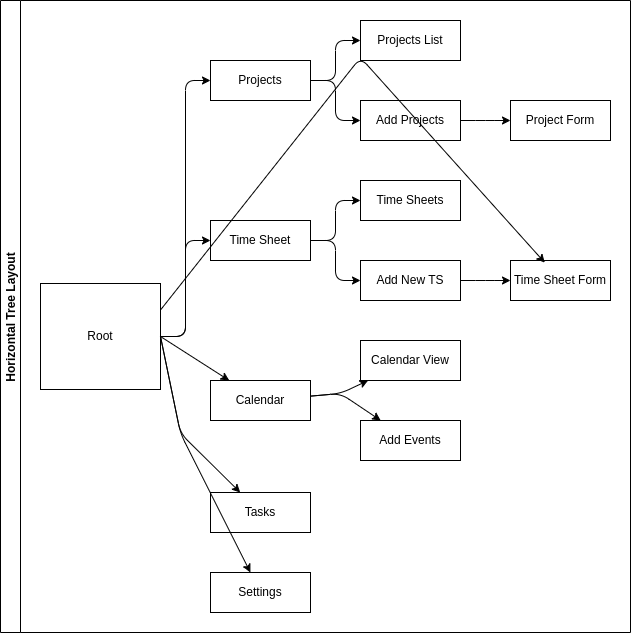
suraj-yadav0/timemanagement keeps this draw.io diagram as qml/time.drawio.png. Above is the earlier version. Source tidied: cells renumbered, new cells last; positions are measured from the earlier drawing's top-left corner, leaving out a move shared by most shapes.
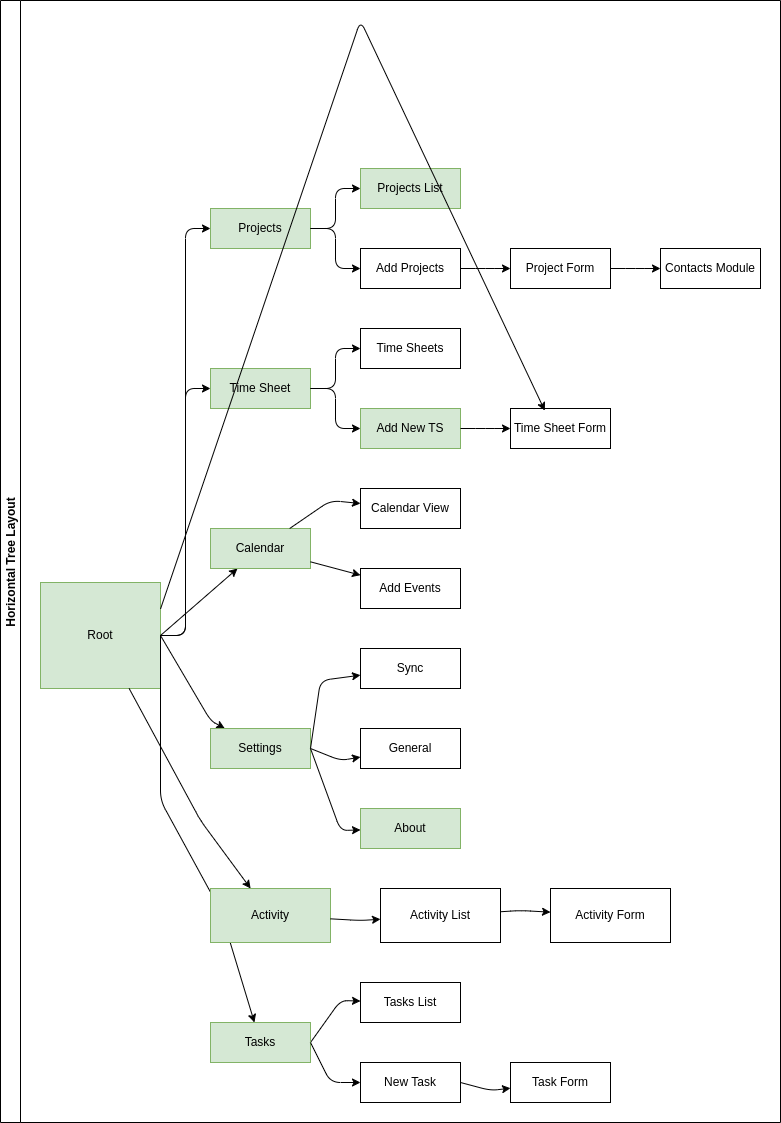
The same file after the commit.

Commit message:
Added Drawio Digagram for the Navigation Architecture

Diff of the diagram source:
```diff
@@ -2,20 +2,20 @@
   <root>
     <mxCell id="0" />
     <mxCell id="1" parent="0" />
-    <mxCell id="2" value="Horizontal Tree Layout" style="swimlane;startSize=20;horizontal=0;horizontalTree=1;sortEdges=1;containerType=tree;fontSize=12;" parent="1" vertex="1">
-      <mxGeometry width="630" height="632" as="geometry" />
+    <mxCell id="2" value="Horizontal Tree Layout" style="swimlane;startSize=20;horizontal=0;horizontalTree=1;sortEdges=1;containerType=tree;fontSize=12;gradientColor=none;swimlaneFillColor=none;" parent="1" vertex="1">
+      <mxGeometry width="780" height="1122" as="geometry" />
     </mxCell>
-    <mxCell id="3" value="Root" style="whiteSpace=wrap;html=1;" parent="2" vertex="1">
-      <mxGeometry x="40" y="283" width="120" height="106" as="geometry" />
+    <mxCell id="3" value="Root" style="whiteSpace=wrap;html=1;fillColor=#d5e8d4;strokeColor=#82b366;" parent="2" vertex="1">
+      <mxGeometry x="40" y="582" width="120" height="106" as="geometry" />
     </mxCell>
-    <mxCell id="4" value="Projects" style="whiteSpace=wrap;html=1;" parent="2" vertex="1">
-      <mxGeometry x="210" y="60" width="100" height="40" as="geometry" />
+    <mxCell id="4" value="Projects" style="whiteSpace=wrap;html=1;fillColor=#d5e8d4;strokeColor=#82b366;" parent="2" vertex="1">
+      <mxGeometry x="210" y="208" width="100" height="40" as="geometry" />
     </mxCell>
     <mxCell id="5" style="edgeStyle=elbowEdgeStyle;elbow=horizontal;html=1;rounded=1;curved=0;sourcePerimeterSpacing=0;targetPerimeterSpacing=0;startSize=6;endSize=6;" parent="2" edge="1" source="3" target="4">
       <mxGeometry relative="1" as="geometry" />
     </mxCell>
-    <mxCell id="6" value="Time Sheet" style="whiteSpace=wrap;html=1;" parent="2" vertex="1">
-      <mxGeometry x="210" y="220" width="100" height="40" as="geometry" />
+    <mxCell id="6" value="Time Sheet" style="whiteSpace=wrap;html=1;fillColor=#d5e8d4;strokeColor=#82b366;" parent="2" vertex="1">
+      <mxGeometry x="210" y="368" width="100" height="40" as="geometry" />
     </mxCell>
     <mxCell id="7" style="edgeStyle=elbowEdgeStyle;elbow=horizontal;html=1;rounded=1;curved=0;sourcePerimeterSpacing=0;targetPerimeterSpacing=0;startSize=6;endSize=6;" parent="2" edge="1" source="3" target="6">
       <mxGeometry relative="1" as="geometry" />
@@ -23,91 +23,184 @@
     <mxCell id="8" style="edgeStyle=none;html=1;exitX=1;exitY=0.5;exitDx=0;exitDy=0;" parent="2" edge="1" source="3" target="9">
       <mxGeometry relative="1" as="geometry" />
     </mxCell>
-    <mxCell id="9" value="Calendar" style="whiteSpace=wrap;html=1;" parent="2" vertex="1">
-      <mxGeometry x="210" y="380" width="100" height="40" as="geometry" />
+    <mxCell id="9" value="Calendar" style="whiteSpace=wrap;html=1;fillColor=#d5e8d4;strokeColor=#82b366;" parent="2" vertex="1">
+      <mxGeometry x="210" y="528" width="100" height="40" as="geometry" />
     </mxCell>
-    <mxCell id="10" style="edgeStyle=none;html=1;exitX=1;exitY=0.5;exitDx=0;exitDy=0;" parent="2" edge="1" source="3" target="11">
+    <mxCell id="10" style="edgeStyle=none;html=1;exitX=1;exitY=0.5;exitDx=0;exitDy=0;" parent="2" edge="1" source="3" target="34">
       <mxGeometry relative="1" as="geometry">
         <Array as="points">
-          <mxPoint x="180" y="433" />
+          <mxPoint x="160" y="800" />
+          <mxPoint x="220" y="910" />
         </Array>
       </mxGeometry>
     </mxCell>
-    <mxCell id="11" value="Tasks" style="whiteSpace=wrap;html=1;" parent="2" vertex="1">
-      <mxGeometry x="210" y="492" width="100" height="40" as="geometry" />
+    <mxCell id="11" value="Tasks List" style="whiteSpace=wrap;html=1;" parent="2" vertex="1">
+      <mxGeometry x="360" y="982" width="100" height="40" as="geometry" />
     </mxCell>
     <mxCell id="12" style="edgeStyle=none;html=1;exitX=1;exitY=0.5;exitDx=0;exitDy=0;" parent="2" edge="1" source="3" target="13">
       <mxGeometry relative="1" as="geometry">
         <Array as="points">
-          <mxPoint x="180" y="433" />
+          <mxPoint x="210" y="720" />
         </Array>
       </mxGeometry>
     </mxCell>
-    <mxCell id="13" value="Settings" style="whiteSpace=wrap;html=1;" parent="2" vertex="1">
-      <mxGeometry x="210" y="572" width="100" height="40" as="geometry" />
+    <mxCell id="13" value="Settings" style="whiteSpace=wrap;html=1;fillColor=#d5e8d4;strokeColor=#82b366;" parent="2" vertex="1">
+      <mxGeometry x="210" y="728" width="100" height="40" as="geometry" />
     </mxCell>
     <mxCell id="14" style="edgeStyle=elbowEdgeStyle;elbow=horizontal;html=1;rounded=1;curved=0;sourcePerimeterSpacing=0;targetPerimeterSpacing=0;startSize=6;endSize=6;" parent="2" edge="1" source="4" target="15">
       <mxGeometry relative="1" as="geometry" />
     </mxCell>
-    <mxCell id="15" value="Projects List" style="whiteSpace=wrap;html=1;" parent="2" vertex="1">
-      <mxGeometry x="360" y="20" width="100" height="40" as="geometry" />
+    <mxCell id="15" value="Projects List" style="whiteSpace=wrap;html=1;fillColor=#d5e8d4;strokeColor=#82b366;" parent="2" vertex="1">
+      <mxGeometry x="360" y="168" width="100" height="40" as="geometry" />
     </mxCell>
     <mxCell id="16" style="edgeStyle=elbowEdgeStyle;elbow=horizontal;html=1;rounded=1;curved=0;sourcePerimeterSpacing=0;targetPerimeterSpacing=0;startSize=6;endSize=6;" parent="2" edge="1" source="4" target="17">
       <mxGeometry relative="1" as="geometry" />
     </mxCell>
     <mxCell id="17" value="Add Projects" style="whiteSpace=wrap;html=1;" parent="2" vertex="1">
-      <mxGeometry x="360" y="100" width="100" height="40" as="geometry" />
+      <mxGeometry x="360" y="248" width="100" height="40" as="geometry" />
     </mxCell>
     <mxCell id="18" style="edgeStyle=elbowEdgeStyle;elbow=horizontal;html=1;rounded=1;curved=0;sourcePerimeterSpacing=0;targetPerimeterSpacing=0;startSize=6;endSize=6;" parent="2" edge="1" source="6" target="19">
       <mxGeometry relative="1" as="geometry" />
     </mxCell>
     <mxCell id="19" value="Time Sheets" style="whiteSpace=wrap;html=1;" parent="2" vertex="1">
-      <mxGeometry x="360" y="180" width="100" height="40" as="geometry" />
+      <mxGeometry x="360" y="328" width="100" height="40" as="geometry" />
     </mxCell>
     <mxCell id="20" style="edgeStyle=elbowEdgeStyle;elbow=horizontal;html=1;rounded=1;curved=0;sourcePerimeterSpacing=0;targetPerimeterSpacing=0;startSize=6;endSize=6;" parent="2" edge="1" source="6" target="21">
       <mxGeometry relative="1" as="geometry" />
     </mxCell>
-    <mxCell id="21" value="Add New TS" style="whiteSpace=wrap;html=1;" parent="2" vertex="1">
-      <mxGeometry x="360" y="260" width="100" height="40" as="geometry" />
+    <mxCell id="21" value="Add New TS" style="whiteSpace=wrap;html=1;fillColor=#d5e8d4;strokeColor=#82b366;" parent="2" vertex="1">
+      <mxGeometry x="360" y="408" width="100" height="40" as="geometry" />
     </mxCell>
     <mxCell id="22" style="edgeStyle=none;html=1;" parent="2" edge="1" source="9" target="23">
       <mxGeometry relative="1" as="geometry">
         <Array as="points">
-          <mxPoint x="340" y="393" />
+          <mxPoint x="330" y="500" />
         </Array>
       </mxGeometry>
     </mxCell>
     <mxCell id="23" value="Calendar View" style="whiteSpace=wrap;html=1;" parent="2" vertex="1">
-      <mxGeometry x="360" y="340" width="100" height="40" as="geometry" />
+      <mxGeometry x="360" y="488" width="100" height="40" as="geometry" />
     </mxCell>
     <mxCell id="24" style="edgeStyle=none;html=1;" parent="2" edge="1" source="9" target="25">
-      <mxGeometry relative="1" as="geometry">
-        <Array as="points">
-          <mxPoint x="340" y="393" />
-        </Array>
-      </mxGeometry>
+      <mxGeometry relative="1" as="geometry" />
     </mxCell>
     <mxCell id="25" value="Add Events" style="whiteSpace=wrap;html=1;" parent="2" vertex="1">
-      <mxGeometry x="360" y="420" width="100" height="40" as="geometry" />
+      <mxGeometry x="360" y="568" width="100" height="40" as="geometry" />
     </mxCell>
     <mxCell id="26" style="edgeStyle=elbowEdgeStyle;elbow=horizontal;html=1;rounded=1;curved=0;sourcePerimeterSpacing=0;targetPerimeterSpacing=0;startSize=6;endSize=6;" parent="2" edge="1" source="17" target="27">
       <mxGeometry relative="1" as="geometry" />
     </mxCell>
     <mxCell id="27" value="Project Form" style="whiteSpace=wrap;html=1;" parent="2" vertex="1">
-      <mxGeometry x="510" y="100" width="100" height="40" as="geometry" />
+      <mxGeometry x="510" y="248" width="100" height="40" as="geometry" />
     </mxCell>
     <mxCell id="28" style="edgeStyle=elbowEdgeStyle;elbow=horizontal;html=1;rounded=1;curved=0;sourcePerimeterSpacing=0;targetPerimeterSpacing=0;startSize=6;endSize=6;" parent="2" edge="1" source="21" target="29">
       <mxGeometry relative="1" as="geometry" />
     </mxCell>
     <mxCell id="29" value="Time Sheet Form" style="whiteSpace=wrap;html=1;" parent="2" vertex="1">
-      <mxGeometry x="510" y="260" width="100" height="40" as="geometry" />
+      <mxGeometry x="510" y="408" width="100" height="40" as="geometry" />
     </mxCell>
     <mxCell id="30" style="edgeStyle=none;html=1;exitX=1;exitY=0.25;exitDx=0;exitDy=0;entryX=0.343;entryY=0.054;entryDx=0;entryDy=0;entryPerimeter=0;" parent="2" edge="1" source="3" target="29">
       <mxGeometry relative="1" as="geometry">
         <Array as="points">
-          <mxPoint x="360" y="57" />
+          <mxPoint x="360" y="20" />
         </Array>
       </mxGeometry>
     </mxCell>
+    <mxCell id="31" style="edgeStyle=none;html=1;" parent="2" edge="1" source="3" target="32">
+      <mxGeometry relative="1" as="geometry">
+        <Array as="points">
+          <mxPoint x="200" y="820" />
+        </Array>
+      </mxGeometry>
+    </mxCell>
+    <mxCell id="32" value="Activity" style="whiteSpace=wrap;html=1;fillColor=#d5e8d4;strokeColor=#82b366;" parent="2" vertex="1">
+      <mxGeometry x="210" y="888" width="120" height="54" as="geometry" />
+    </mxCell>
+    <mxCell id="33" style="edgeStyle=none;html=1;exitX=1;exitY=0.5;exitDx=0;exitDy=0;" parent="2" edge="1" source="34" target="11">
+      <mxGeometry relative="1" as="geometry">
+        <Array as="points">
+          <mxPoint x="340" y="1000" />
+        </Array>
+      </mxGeometry>
+    </mxCell>
+    <mxCell id="34" value="Tasks" style="whiteSpace=wrap;html=1;fillColor=#d5e8d4;strokeColor=#82b366;" parent="2" vertex="1">
+      <mxGeometry x="210" y="1022" width="100" height="40" as="geometry" />
+    </mxCell>
+    <mxCell id="35" style="edgeStyle=none;html=1;exitX=1;exitY=0.5;exitDx=0;exitDy=0;" parent="2" edge="1" source="34" target="36">
+      <mxGeometry relative="1" as="geometry">
+        <Array as="points">
+          <mxPoint x="330" y="1082" />
+        </Array>
+      </mxGeometry>
+    </mxCell>
+    <mxCell id="36" value="New Task" style="whiteSpace=wrap;html=1;" parent="2" vertex="1">
+      <mxGeometry x="360" y="1062" width="100" height="40" as="geometry" />
+    </mxCell>
+    <mxCell id="37" style="edgeStyle=none;html=1;exitX=1;exitY=0.5;exitDx=0;exitDy=0;" parent="2" edge="1" source="13" target="38">
+      <mxGeometry relative="1" as="geometry">
+        <Array as="points">
+          <mxPoint x="320" y="680" />
+        </Array>
+      </mxGeometry>
+    </mxCell>
+    <mxCell id="38" value="Sync" style="whiteSpace=wrap;html=1;" parent="2" vertex="1">
+      <mxGeometry x="360" y="648" width="100" height="40" as="geometry" />
+    </mxCell>
+    <mxCell id="39" style="edgeStyle=none;html=1;exitX=1;exitY=0.5;exitDx=0;exitDy=0;" parent="2" edge="1" source="13" target="40">
+      <mxGeometry relative="1" as="geometry">
+        <Array as="points">
+          <mxPoint x="340" y="760" />
+        </Array>
+      </mxGeometry>
+    </mxCell>
+    <mxCell id="40" value="General" style="whiteSpace=wrap;html=1;" parent="2" vertex="1">
+      <mxGeometry x="360" y="728" width="100" height="40" as="geometry" />
+    </mxCell>
+    <mxCell id="41" style="edgeStyle=none;html=1;exitX=1;exitY=0.5;exitDx=0;exitDy=0;" parent="2" edge="1" source="13" target="42">
+      <mxGeometry relative="1" as="geometry">
+        <Array as="points">
+          <mxPoint x="340" y="830" />
+        </Array>
+      </mxGeometry>
+    </mxCell>
+    <mxCell id="42" value="About" style="whiteSpace=wrap;html=1;fillColor=#d5e8d4;strokeColor=#82b366;" parent="2" vertex="1">
+      <mxGeometry x="360" y="808" width="100" height="40" as="geometry" />
+    </mxCell>
+    <mxCell id="43" style="edgeStyle=none;html=1;exitX=1;exitY=0.5;exitDx=0;exitDy=0;" parent="2" edge="1" source="36" target="44">
+      <mxGeometry relative="1" as="geometry">
+        <Array as="points">
+          <mxPoint x="490" y="1090" />
+        </Array>
+      </mxGeometry>
+    </mxCell>
+    <mxCell id="44" value="Task Form" style="whiteSpace=wrap;html=1;" parent="2" vertex="1">
+      <mxGeometry x="510" y="1062" width="100" height="40" as="geometry" />
+    </mxCell>
+    <mxCell id="45" style="edgeStyle=none;html=1;" parent="2" edge="1" source="32" target="46">
+      <mxGeometry relative="1" as="geometry">
+        <Array as="points">
+          <mxPoint x="360" y="920" />
+        </Array>
+      </mxGeometry>
+    </mxCell>
+    <mxCell id="46" value="Activity List" style="whiteSpace=wrap;html=1;" parent="2" vertex="1">
+      <mxGeometry x="380" y="888" width="120" height="54" as="geometry" />
+    </mxCell>
+    <mxCell id="47" style="edgeStyle=none;html=1;" parent="2" edge="1" source="46" target="48">
+      <mxGeometry relative="1" as="geometry">
+        <Array as="points">
+          <mxPoint x="520" y="910" />
+        </Array>
+      </mxGeometry>
+    </mxCell>
+    <mxCell id="48" value="Activity Form" style="whiteSpace=wrap;html=1;" parent="2" vertex="1">
+      <mxGeometry x="550" y="888" width="120" height="54" as="geometry" />
+    </mxCell>
+    <mxCell id="49" style="edgeStyle=elbowEdgeStyle;elbow=horizontal;html=1;rounded=1;curved=0;sourcePerimeterSpacing=0;targetPerimeterSpacing=0;startSize=6;endSize=6;" parent="2" edge="1" source="27" target="50">
+      <mxGeometry relative="1" as="geometry" />
+    </mxCell>
+    <mxCell id="50" value="Contacts Module" style="whiteSpace=wrap;html=1;" parent="2" vertex="1">
+      <mxGeometry x="660" y="248" width="100" height="40" as="geometry" />
+    </mxCell>
   </root>
 </mxGraphModel>
```
